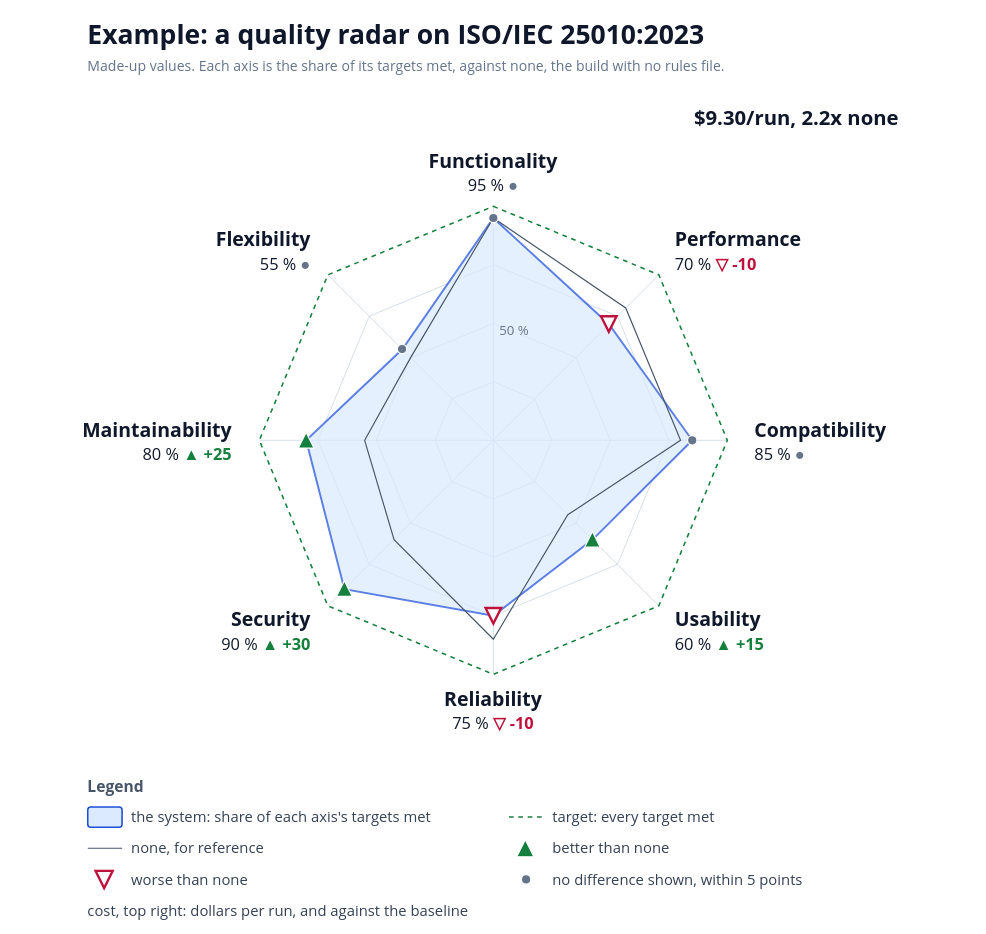
Above: docs/diagrams/iso-radar-example.drawio in solid-ai-dev/solid-ai-benchmark (draw.io), before the change. Source tidied: cells renumbered, new cells numbered last; positions are measured from the earlier drawing's top-left corner, leaving out a move shared by most shapes. Both pictures are drawn from the tidied source at 78%, with x=0, y=0 at pixel (13, 17).
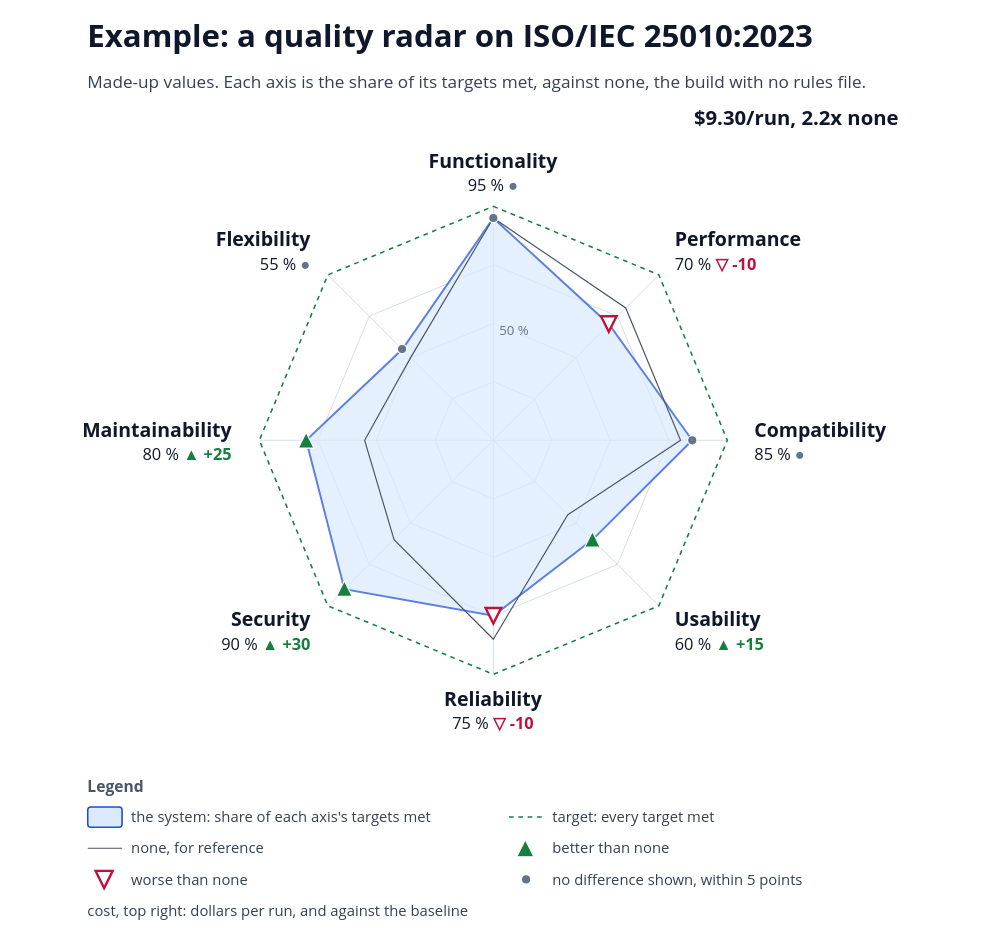
The same diagram, later.

Commit message (it also covers changes not shown here):
docs(spikes): a larger, darker title on the example radar

Claude-Session: https://claude.ai/code/session_01DpT5xPFWEQr1bipxbbKBRF

What changed in the source:
```diff
@@
-    <mxCell id="2" value="Example: a quality radar on ISO/IEC 25010:2023" style="text;html=1;whiteSpace=wrap;strokeColor=none;fillColor=none;align=left;verticalAlign=middle;fontFamily=Segoe UI;fontSize=34;fontColor=#0F172A;fontStyle=1;spacing=0;" parent="1" vertex="1">
-      <mxGeometry x="95" width="1040" height="44" as="geometry" />
+    <mxCell id="2" value="Example: a quality radar on ISO/IEC 25010:2023" style="text;html=1;whiteSpace=wrap;strokeColor=none;fillColor=none;align=left;verticalAlign=middle;fontFamily=Segoe UI;fontSize=40;fontColor=#0F172A;fontStyle=1;spacing=0;" parent="1" vertex="1">
+      <mxGeometry x="95" y="-4" width="1040" height="52" as="geometry" />
     </mxCell>
-    <mxCell id="3" value="Made-up values. Each axis is the share of its targets met, against none, the build with no rules file." style="text;html=1;whiteSpace=wrap;strokeColor=none;fillColor=none;align=left;verticalAlign=middle;fontFamily=Segoe UI;fontSize=18;fontColor=#64748B;fontStyle=0;spacing=0;" parent="1" vertex="1">
-      <mxGeometry x="95" y="48" width="1040" height="28" as="geometry" />
+    <mxCell id="3" value="Made-up values. Each axis is the share of its targets met, against none, the build with no rules file." style="text;html=1;whiteSpace=wrap;strokeColor=none;fillColor=none;align=left;verticalAlign=middle;fontFamily=Segoe UI;fontSize=22;fontColor=#334155;fontStyle=0;spacing=0;" parent="1" vertex="1">
+      <mxGeometry x="95" y="52" width="1040" height="60" as="geometry" />
     </mxCell>
```
